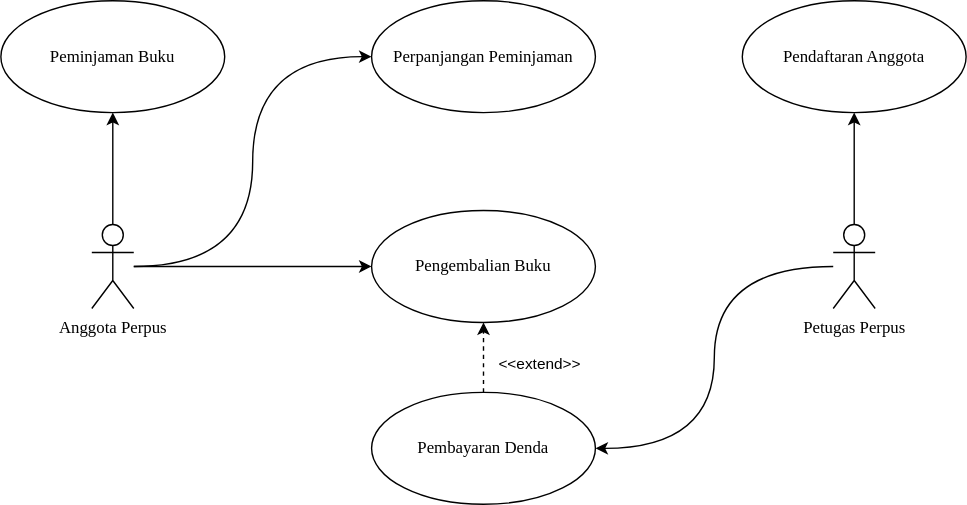
fauzan-radji/diagrams keeps this draw.io diagram as diagram-sisfo-perpustakaan-tubes-adbo.drawio.svg. Above is the earlier version. Source tidied: cells renumbered, new cells last; positions are measured from the earlier drawing's top-left corner, leaving out a move shared by most shapes.
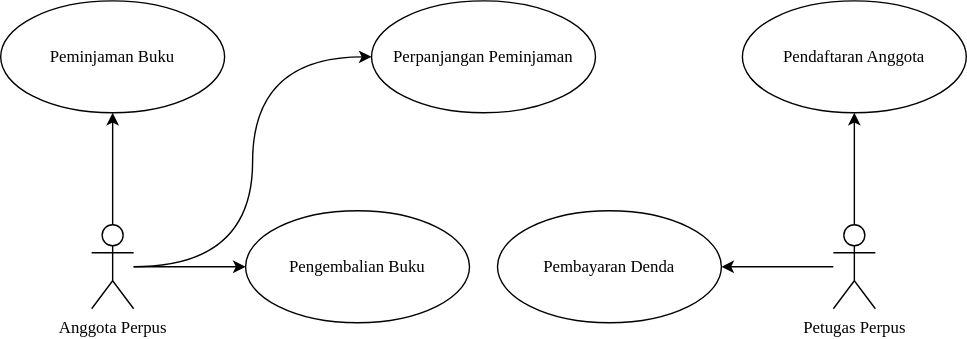
The same diagram one commit later.

The edit, as a diff of the source:
```diff
@@ -9,7 +9,7 @@
       <mxGeometry x="530" width="160" height="80" as="geometry" />
     </mxCell>
     <mxCell id="4" value="Pengembalian Buku" style="ellipse;whiteSpace=wrap;html=1;fontFamily=Montserrat;fontSource=https%3A%2F%2Ffonts.googleapis.com%2Fcss%3Ffamily%3DMontserrat;rounded=1;" parent="1" vertex="1">
-      <mxGeometry x="265" y="150" width="160" height="80" as="geometry" />
+      <mxGeometry x="175" y="150" width="160" height="80" as="geometry" />
     </mxCell>
     <mxCell id="5" style="edgeStyle=orthogonalEdgeStyle;rounded=1;jettySize=auto;html=1;entryX=0;entryY=0.5;entryDx=0;entryDy=0;curved=1;" parent="1" edge="1" source="8" target="4">
       <mxGeometry relative="1" as="geometry" />
@@ -33,11 +33,8 @@
       <mxGeometry x="265" width="160" height="80" as="geometry" />
     </mxCell>
     <mxCell id="12" value="Pembayaran Denda" style="ellipse;whiteSpace=wrap;html=1;fontFamily=Montserrat;fontSource=https%3A%2F%2Ffonts.googleapis.com%2Fcss%3Ffamily%3DMontserrat;rounded=1;" parent="1" vertex="1">
-      <mxGeometry x="265" y="280" width="160" height="80" as="geometry" />
+      <mxGeometry x="355" y="150" width="160" height="80" as="geometry" />
     </mxCell>
-    <mxCell id="13" value="&amp;lt;&amp;lt;extend&amp;gt;&amp;gt;" style="edgeStyle=none;html=1;startArrow=none;endArrow=classic;startSize=12;verticalAlign=middle;dashed=1;labelBackgroundColor=default;rounded=1;fontFamily=Helvetica;fontSize=11;fontColor=default;strokeColor=default;shape=connector;curved=1;elbow=horizontal;startFill=0;" parent="1" edge="1" source="12" target="4">
-      <mxGeometry x="-0.2" y="-40" relative="1" as="geometry" />
-    </mxCell>
     <mxCell id="14" style="edgeStyle=orthogonalEdgeStyle;rounded=1;jettySize=auto;html=1;curved=1;entryX=1;entryY=0.5;entryDx=0;entryDy=0;" parent="1" edge="1" source="10" target="12">
       <mxGeometry relative="1" as="geometry" />
     </mxCell>
```
